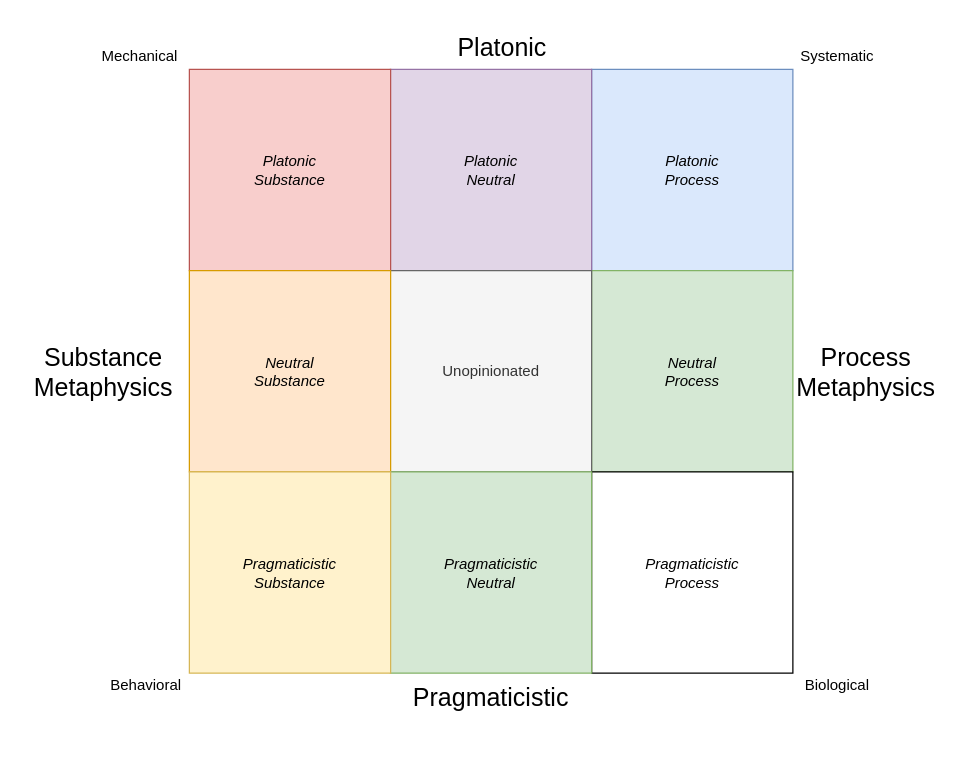
codeaudit/1 keeps this draw.io diagram as agenda_metaphysics_clean.drawio. Above is the earlier version. Source tidied: cells renumbered, new cells numbered last; positions are measured from the earlier drawing's top-left corner, leaving out a move shared by most shapes. Both pictures are drawn from the tidied source at 125%, with x=0, y=0 at pixel (21, 21).
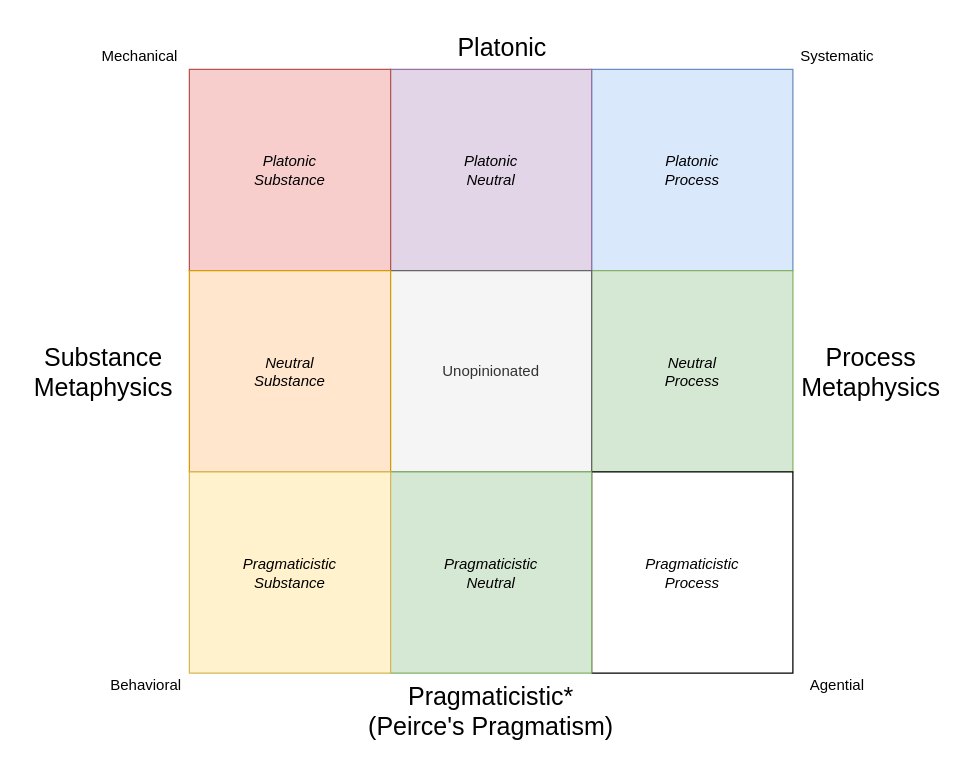
Above is the later version.

What changed in the source:
```diff
@@
-    <mxCell id="11" value="Pragmaticistic" style="text;html=1;align=center;verticalAlign=middle;fontSize=20;" parent="1" vertex="1">
-      <mxGeometry x="300" y="520" width="150" height="40" as="geometry" />
+    <mxCell id="11" value="Pragmaticistic*&lt;br&gt;(Peirce's Pragmatism)" style="text;html=1;align=center;verticalAlign=middle;fontSize=20;" parent="1" vertex="1">
+      <mxGeometry x="265.2" y="521" width="220" height="60" as="geometry" />
     </mxCell>
@@
     <mxCell id="13" value="Process&lt;br&gt;Metaphysics" style="text;html=1;align=center;verticalAlign=middle;fontSize=20;" parent="1" vertex="1">
-      <mxGeometry x="610" y="250" width="130" height="60" as="geometry" />
+      <mxGeometry x="614" y="250" width="130" height="60" as="geometry" />
     </mxCell>
@@
-    <mxCell id="17" value="Biological" style="text;html=1;align=center;verticalAlign=middle;" parent="1" vertex="1">
-      <mxGeometry x="616.8" y="521" width="70" height="20" as="geometry" />
+    <mxCell id="17" value="Agential" style="text;html=1;align=center;verticalAlign=middle;" parent="1" vertex="1">
+      <mxGeometry x="616.8" y="516" width="70" height="30" as="geometry" />
     </mxCell>
```
